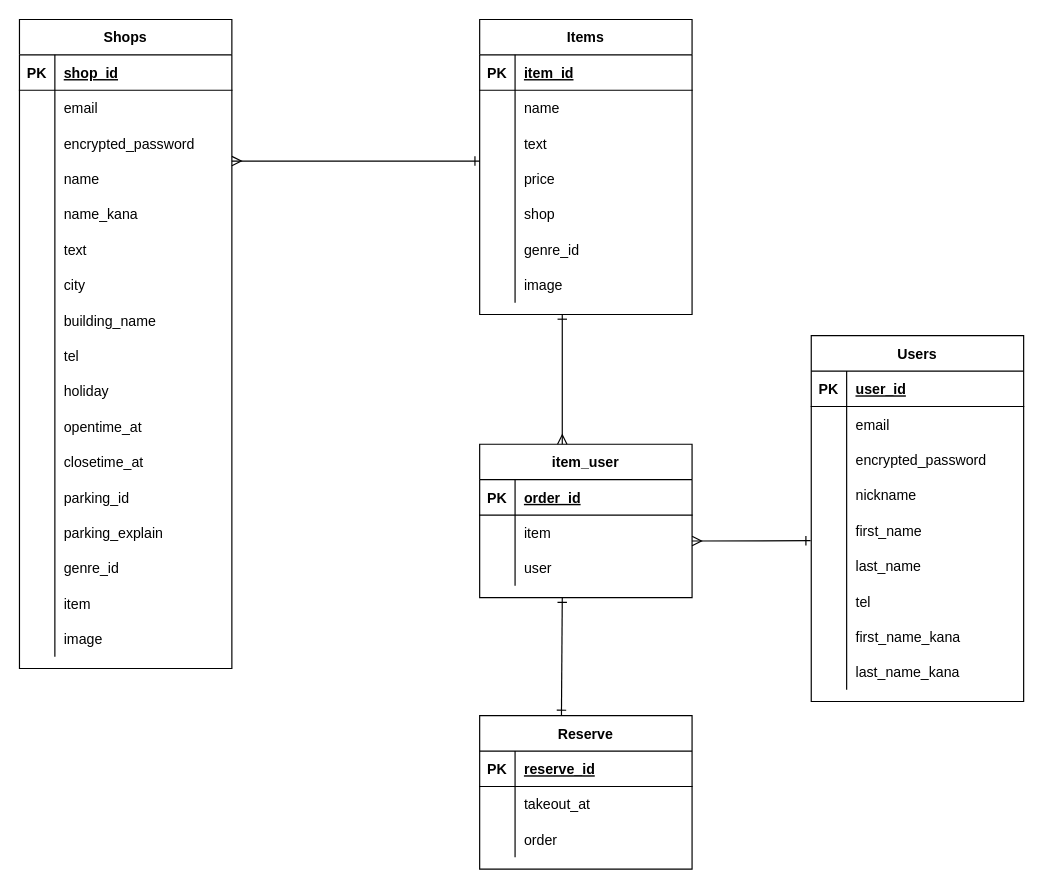
maaaaqqqq/takeoutapp keeps this draw.io diagram as takeouapp.dio. Above is the earlier version. Source tidied: cells renumbered, new cells numbered last; positions are measured from the earlier drawing's top-left corner, leaving out a move shared by most shapes. Both pictures are drawn from the tidied source at 118%, with x=0, y=0 at pixel (19, 19).
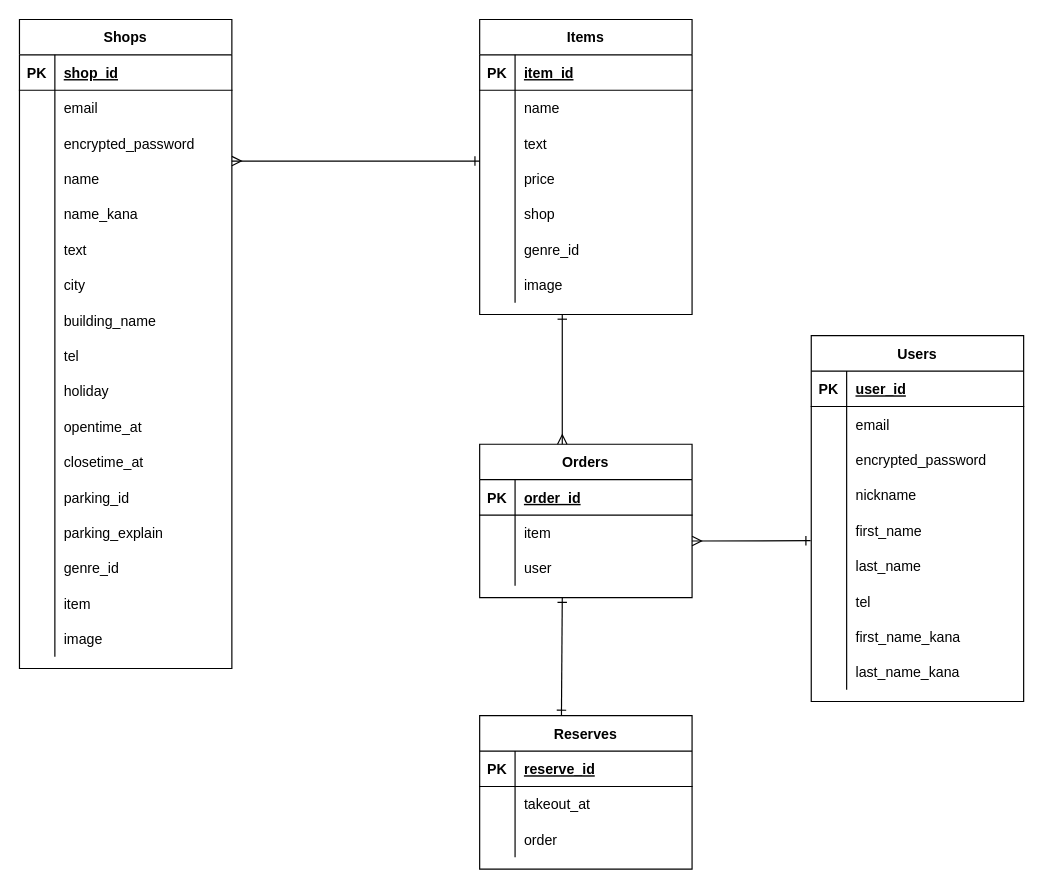
The same page after the edit.

Change to the diagram source:
```diff
@@
-    <mxCell id="104" value="Reserve" style="shape=table;startSize=30;childLayout=tableLayout;rowLines=0;fontStyle=1;align=center;" parent="1" vertex="1">
+    <mxCell id="104" value="Reserves" style="shape=table;startSize=30;childLayout=tableLayout;rowLines=0;fontStyle=1;align=center;" parent="1" vertex="1">
       <mxGeometry x="390" y="590" width="180" height="130" as="geometry" />
     </mxCell>
@@
-    <mxCell id="115" value="item_user" style="shape=table;startSize=30;childLayout=tableLayout;rowLines=0;fontStyle=1;align=center;" parent="1" vertex="1">
+    <mxCell id="115" value="Orders" style="shape=table;startSize=30;childLayout=tableLayout;rowLines=0;fontStyle=1;align=center;" parent="1" vertex="1">
       <mxGeometry x="390" y="360" width="180" height="130" as="geometry" />
     </mxCell>
```
